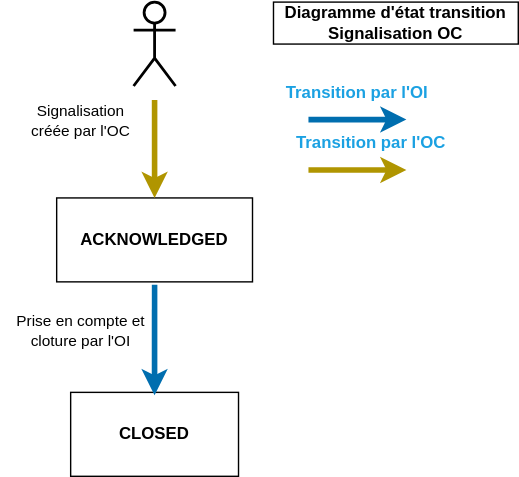
Above: statusOcOi.drawio.svg in before-interop/malfacon (draw.io), before the change. Source tidied: cells renumbered, new cells last; positions are measured from the earlier drawing's top-left corner, leaving out a move shared by most shapes.
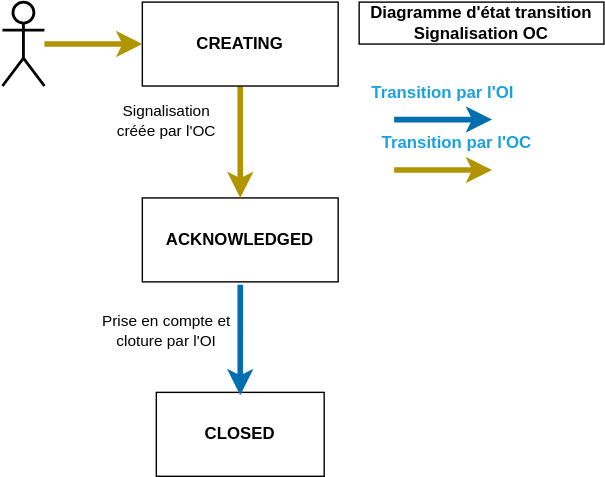
The same file after the commit.

Diff of the diagram source:
```diff
@@ -18,7 +18,7 @@
       <mxGeometry x="200" y="50" width="110" height="30" as="geometry" />
     </mxCell>
     <mxCell id="6" style="shape=umlActor;verticalLabelPosition=bottom;verticalAlign=top;html=1;fontColor=#1BA1E2;fontStyle=0;strokeWidth=2;" parent="1" vertex="1">
-      <mxGeometry x="95" width="30" height="60" as="geometry" />
+      <mxGeometry x="-60" width="30" height="60" as="geometry" />
     </mxCell>
     <mxCell id="7" value="Signalisation&lt;br&gt;créée par l'OC" style="text;html=1;strokeColor=none;fillColor=none;align=center;verticalAlign=middle;whiteSpace=wrap;rounded=0;fontSize=11;" parent="1" vertex="1">
       <mxGeometry y="70" width="115" height="30" as="geometry" />
@@ -38,10 +38,8 @@
         </Array>
       </mxGeometry>
     </mxCell>
-    <mxCell id="11" style="edgeStyle=none;html=1;strokeWidth=4;fontColor=#1BA1E2;fillColor=#e3c800;strokeColor=#B09500;entryX=0.5;entryY=0;entryDx=0;entryDy=0;" parent="1" edge="1" target="2">
-      <mxGeometry relative="1" as="geometry">
-        <mxPoint x="110" y="70" as="sourcePoint" />
-      </mxGeometry>
+    <mxCell id="11" style="edgeStyle=none;html=1;strokeWidth=4;fontColor=#1BA1E2;fillColor=#e3c800;strokeColor=#B09500;entryX=0.5;entryY=0;entryDx=0;entryDy=0;exitX=0.5;exitY=1;exitDx=0;exitDy=0;" parent="1" edge="1" source="14" target="2">
+      <mxGeometry relative="1" as="geometry" />
     </mxCell>
     <mxCell id="12" style="endArrow=classic;html=1;strokeWidth=4;fillColor=#1ba1e2;strokeColor=#006EAF;entryX=0.607;entryY=-0.017;entryDx=0;entryDy=0;entryPerimeter=0;" parent="1" edge="1">
       <mxGeometry relative="1" as="geometry">
@@ -52,5 +50,17 @@
     <mxCell id="13" value="Prise en compte et cloture par l'OI" style="text;html=1;strokeColor=none;fillColor=none;align=center;verticalAlign=middle;whiteSpace=wrap;rounded=0;fontSize=11;" parent="1" vertex="1">
       <mxGeometry y="220" width="115" height="30" as="geometry" />
     </mxCell>
+    <mxCell id="14" value="&lt;b&gt;CREATING&lt;/b&gt;" style="rounded=0;whiteSpace=wrap;html=1;" parent="1" vertex="1">
+      <mxGeometry x="40" width="140" height="60" as="geometry" />
+    </mxCell>
+    <mxCell id="15" style="edgeStyle=none;html=1;strokeWidth=4;fontColor=#1BA1E2;fillColor=#e3c800;strokeColor=#B09500;" parent="1" edge="1">
+      <mxGeometry relative="1" as="geometry">
+        <mxPoint x="-30" y="30" as="sourcePoint" />
+        <mxPoint x="40" y="30" as="targetPoint" />
+        <Array as="points">
+          <mxPoint x="30" y="30" />
+        </Array>
+      </mxGeometry>
+    </mxCell>
   </root>
 </mxGraphModel>
```
